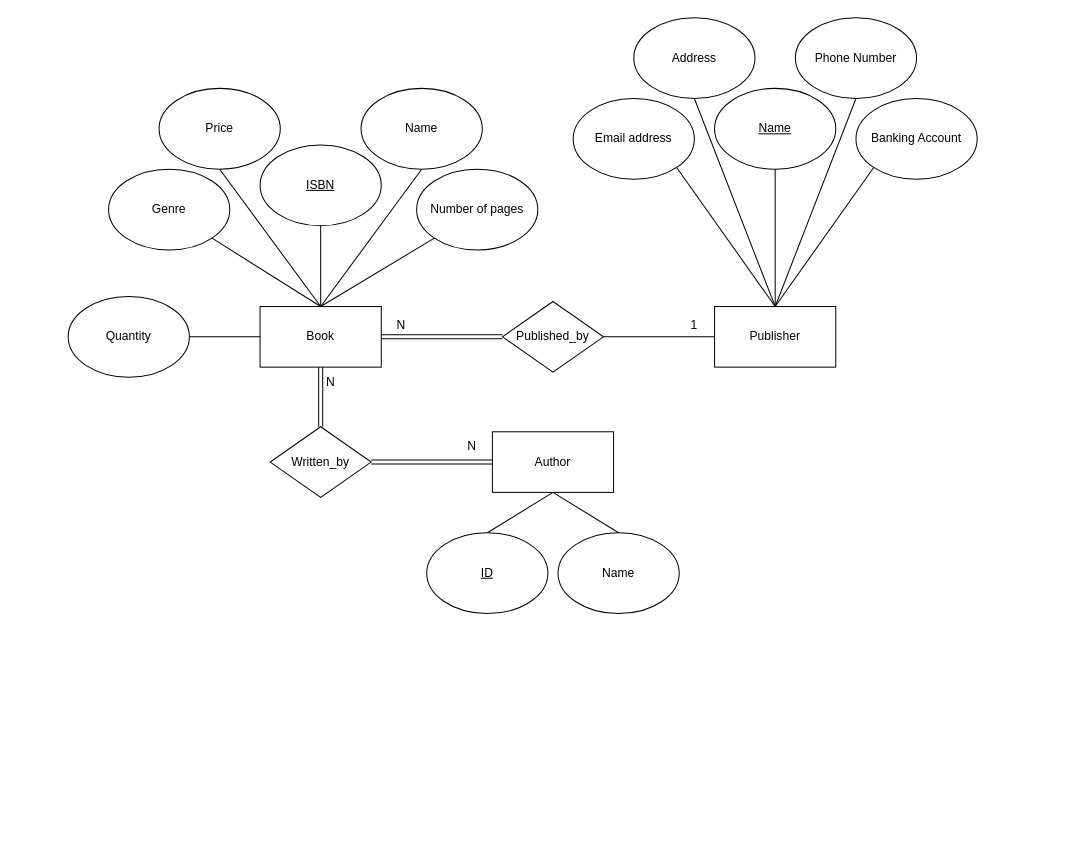
This is BookStoreER.drawio from Dylanhism/BookStore, a draw.io file, before an edit. Source tidied: cells renumbered, new cells numbered last; positions are measured from the earlier drawing's top-left corner, leaving out a move shared by most shapes. Both pictures are drawn from the tidied source at 101%, with x=0, y=0 at pixel (68, 17).
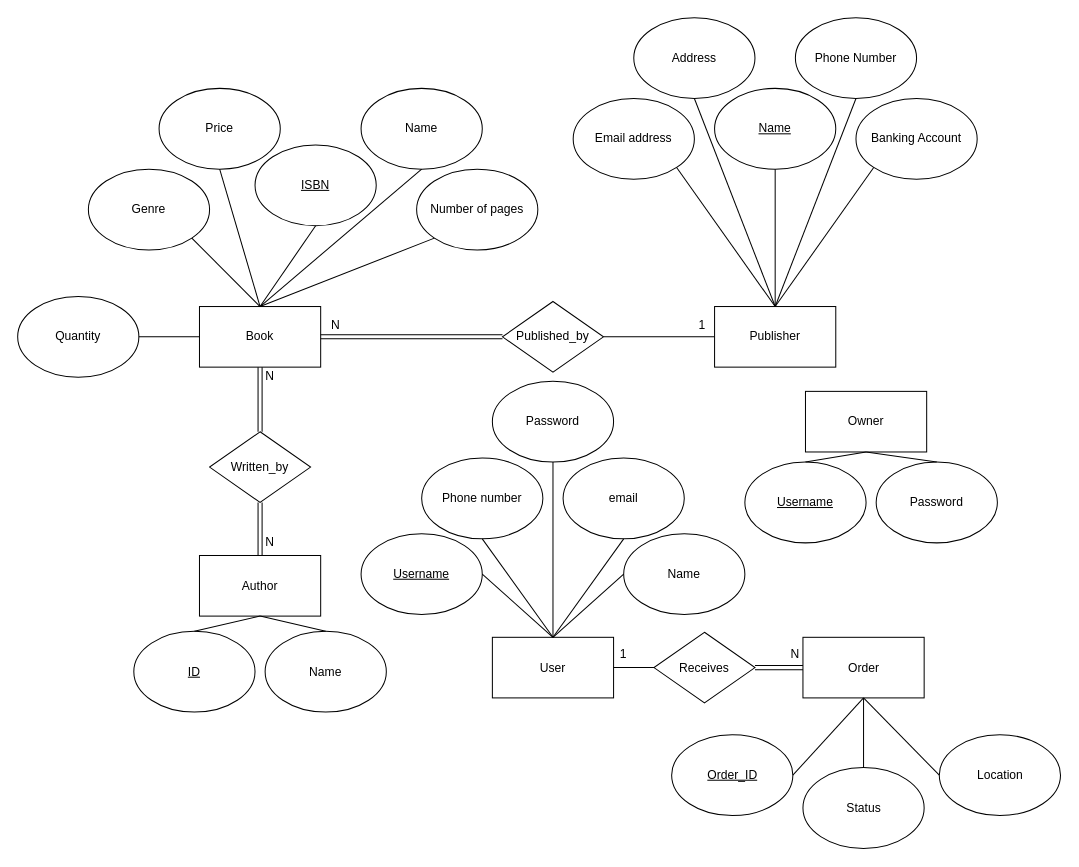
Above is the later version.

Commit message:
Add user, order, and owner entities to BookStoreER.drawio

Diff of the diagram source:
```diff
@@
     <mxCell id="2" value="Written_by" style="rhombus;whiteSpace=wrap;html=1;" parent="1" vertex="1">
-      <mxGeometry x="200" y="405" width="100" height="70" as="geometry" />
+      <mxGeometry x="140" y="410" width="100" height="70" as="geometry" />
     </mxCell>
     <mxCell id="3" value="Book" style="rounded=0;whiteSpace=wrap;html=1;" parent="1" vertex="1">
-      <mxGeometry x="190" y="286" width="120" height="60" as="geometry" />
+      <mxGeometry x="130" y="286" width="120" height="60" as="geometry" />
     </mxCell>
     <mxCell id="4" value="&lt;u&gt;ISBN&lt;/u&gt;" style="ellipse;whiteSpace=wrap;html=1;" parent="1" vertex="1">
-      <mxGeometry x="190" y="126" width="120" height="80" as="geometry" />
+      <mxGeometry x="185" y="126" width="120" height="80" as="geometry" />
     </mxCell>
@@
-    <mxCell id="7" style="endArrow=none;html=1;rounded=0;entryX=1;entryY=0.5;entryDx=0;entryDy=0;exitX=0;exitY=0.5;exitDx=0;exitDy=0;shape=link;" parent="1" edge="1" source="8" target="2">
+    <mxCell id="7" style="endArrow=none;html=1;rounded=0;exitX=0.5;exitY=0;exitDx=0;exitDy=0;shape=link;entryX=0.5;entryY=1;entryDx=0;entryDy=0;" parent="1" edge="1" source="8" target="2">
       <mxGeometry relative="1" as="geometry" />
     </mxCell>
     <mxCell id="8" value="Author" style="rounded=0;whiteSpace=wrap;html=1;" parent="1" vertex="1">
-      <mxGeometry x="420" y="410" width="120" height="60" as="geometry" />
+      <mxGeometry x="130" y="532.5" width="120" height="60" as="geometry" />
     </mxCell>
@@
     <mxCell id="13" value="Genre" style="ellipse;whiteSpace=wrap;html=1;" parent="1" vertex="1">
-      <mxGeometry x="40" y="150" width="120" height="80" as="geometry" />
+      <mxGeometry x="20" y="150" width="120" height="80" as="geometry" />
     </mxCell>
@@
     <mxCell id="31" value="N" style="text;html=1;strokeColor=none;fillColor=none;align=center;verticalAlign=middle;whiteSpace=wrap;rounded=0;" parent="1" vertex="1">
-      <mxGeometry x="300" y="290" width="60" height="30" as="geometry" />
+      <mxGeometry x="235" y="290" width="60" height="30" as="geometry" />
     </mxCell>
     <mxCell id="32" value="1" style="text;html=1;strokeColor=none;fillColor=none;align=center;verticalAlign=middle;whiteSpace=wrap;rounded=0;" parent="1" vertex="1">
-      <mxGeometry x="590" y="290" width="60" height="30" as="geometry" />
+      <mxGeometry x="597.5" y="290" width="60" height="30" as="geometry" />
     </mxCell>
     <mxCell id="33" value="N" style="text;html=1;strokeColor=none;fillColor=none;align=center;verticalAlign=middle;whiteSpace=wrap;rounded=0;" parent="1" vertex="1">
-      <mxGeometry x="230" y="346" width="60" height="30" as="geometry" />
+      <mxGeometry x="170" y="340" width="60" height="30" as="geometry" />
     </mxCell>
     <mxCell id="34" value="N" style="text;html=1;strokeColor=none;fillColor=none;align=center;verticalAlign=middle;whiteSpace=wrap;rounded=0;" parent="1" vertex="1">
-      <mxGeometry x="370" y="410" width="60" height="30" as="geometry" />
+      <mxGeometry x="170" y="505" width="60" height="30" as="geometry" />
     </mxCell>
     <mxCell id="35" value="&lt;u&gt;ID&lt;/u&gt;" style="ellipse;whiteSpace=wrap;html=1;" parent="1" vertex="1">
-      <mxGeometry x="355" y="510" width="120" height="80" as="geometry" />
+      <mxGeometry x="65" y="607.5" width="120" height="80" as="geometry" />
     </mxCell>
@@
     <mxCell id="37" value="Name" style="ellipse;whiteSpace=wrap;html=1;" parent="1" vertex="1">
-      <mxGeometry x="485" y="510" width="120" height="80" as="geometry" />
+      <mxGeometry x="195" y="607.5" width="120" height="80" as="geometry" />
     </mxCell>
@@
     <mxCell id="39" value="Quantity" style="ellipse;whiteSpace=wrap;html=1;" parent="1" vertex="1">
-      <mxGeometry y="276" width="120" height="80" as="geometry" />
+      <mxGeometry x="-50" y="276" width="120" height="80" as="geometry" />
     </mxCell>
@@
+    <mxCell id="41" value="Owner" style="rounded=0;whiteSpace=wrap;html=1;" parent="1" vertex="1">
+      <mxGeometry x="730" y="370" width="120" height="60" as="geometry" />
+    </mxCell>
+    <mxCell id="42" value="&lt;u&gt;Username&lt;/u&gt;" style="ellipse;whiteSpace=wrap;html=1;" parent="1" vertex="1">
+      <mxGeometry x="670" y="440" width="120" height="80" as="geometry" />
+    </mxCell>
+    <mxCell id="43" style="endArrow=none;html=1;rounded=0;entryX=0.5;entryY=0;entryDx=0;entryDy=0;exitX=0.5;exitY=1;exitDx=0;exitDy=0;" parent="1" edge="1" source="41" target="42">
+      <mxGeometry relative="1" as="geometry" />
+    </mxCell>
+    <mxCell id="44" value="Password" style="ellipse;whiteSpace=wrap;html=1;" parent="1" vertex="1">
+      <mxGeometry x="800" y="440" width="120" height="80" as="geometry" />
+    </mxCell>
+    <mxCell id="45" style="endArrow=none;html=1;rounded=0;entryX=0.5;entryY=0;entryDx=0;entryDy=0;exitX=0.5;exitY=1;exitDx=0;exitDy=0;" parent="1" edge="1" target="44">
+      <mxGeometry relative="1" as="geometry">
+        <mxPoint x="790" y="430" as="sourcePoint" />
+      </mxGeometry>
+    </mxCell>
+    <mxCell id="46" value="User" style="rounded=0;whiteSpace=wrap;html=1;rotation=0;" parent="1" vertex="1">
+      <mxGeometry x="420" y="613.5" width="120" height="60" as="geometry" />
+    </mxCell>
+    <mxCell id="47" value="Name" style="ellipse;whiteSpace=wrap;html=1;rotation=0;" parent="1" vertex="1">
+      <mxGeometry x="550" y="511" width="120" height="80" as="geometry" />
+    </mxCell>
+    <mxCell id="48" style="endArrow=none;html=1;rounded=0;entryX=0;entryY=0.5;entryDx=0;entryDy=0;exitX=0.5;exitY=0;exitDx=0;exitDy=0;" parent="1" edge="1" source="46" target="47">
+      <mxGeometry relative="1" as="geometry" />
+    </mxCell>
+    <mxCell id="49" value="&lt;u&gt;Username&lt;/u&gt;" style="ellipse;whiteSpace=wrap;html=1;rotation=0;" parent="1" vertex="1">
+      <mxGeometry x="290" y="511" width="120" height="80" as="geometry" />
+    </mxCell>
+    <mxCell id="50" style="endArrow=none;html=1;rounded=0;entryX=1;entryY=0.5;entryDx=0;entryDy=0;exitX=0.5;exitY=0;exitDx=0;exitDy=0;" parent="1" edge="1" source="46" target="49">
+      <mxGeometry relative="1" as="geometry" />
+    </mxCell>
+    <mxCell id="51" value="Phone number" style="ellipse;whiteSpace=wrap;html=1;rotation=0;" parent="1" vertex="1">
+      <mxGeometry x="350" y="436" width="120" height="80" as="geometry" />
+    </mxCell>
+    <mxCell id="52" style="endArrow=none;html=1;rounded=0;entryX=0.5;entryY=1;entryDx=0;entryDy=0;exitX=0.5;exitY=0;exitDx=0;exitDy=0;" parent="1" edge="1" source="46" target="51">
+      <mxGeometry relative="1" as="geometry" />
+    </mxCell>
+    <mxCell id="53" value="email" style="ellipse;whiteSpace=wrap;html=1;rotation=0;" parent="1" vertex="1">
+      <mxGeometry x="490" y="436" width="120" height="80" as="geometry" />
+    </mxCell>
+    <mxCell id="54" style="endArrow=none;html=1;rounded=0;entryX=0.5;entryY=1;entryDx=0;entryDy=0;exitX=0.5;exitY=0;exitDx=0;exitDy=0;" parent="1" edge="1" source="46" target="53">
+      <mxGeometry relative="1" as="geometry" />
+    </mxCell>
+    <mxCell id="55" value="Password" style="ellipse;whiteSpace=wrap;html=1;rotation=0;" parent="1" vertex="1">
+      <mxGeometry x="420" y="360" width="120" height="80" as="geometry" />
+    </mxCell>
+    <mxCell id="56" style="endArrow=none;html=1;rounded=0;exitX=0.5;exitY=0;exitDx=0;exitDy=0;entryX=0.5;entryY=1;entryDx=0;entryDy=0;" parent="1" edge="1" source="46" target="55">
+      <mxGeometry relative="1" as="geometry" />
+    </mxCell>
+    <mxCell id="57" value="Order" style="rounded=0;whiteSpace=wrap;html=1;rotation=0;" parent="1" vertex="1">
+      <mxGeometry x="727.5" y="613.5" width="120" height="60" as="geometry" />
+    </mxCell>
+    <mxCell id="58" value="&lt;u&gt;Order_ID&lt;/u&gt;" style="ellipse;whiteSpace=wrap;html=1;rotation=0;" parent="1" vertex="1">
+      <mxGeometry x="597.5" y="710" width="120" height="80" as="geometry" />
+    </mxCell>
+    <mxCell id="59" style="endArrow=none;html=1;rounded=0;entryX=1;entryY=0.5;entryDx=0;entryDy=0;exitX=0.5;exitY=1;exitDx=0;exitDy=0;" parent="1" edge="1" source="57" target="58">
+      <mxGeometry relative="1" as="geometry" />
+    </mxCell>
+    <mxCell id="60" value="Status" style="ellipse;whiteSpace=wrap;html=1;rotation=0;" parent="1" vertex="1">
+      <mxGeometry x="727.5" y="742.5" width="120" height="80" as="geometry" />
+    </mxCell>
+    <mxCell id="61" style="endArrow=none;html=1;rounded=0;entryX=0.5;entryY=0;entryDx=0;entryDy=0;exitX=0.5;exitY=1;exitDx=0;exitDy=0;" parent="1" edge="1" source="57" target="60">
+      <mxGeometry relative="1" as="geometry" />
+    </mxCell>
+    <mxCell id="62" value="Location" style="ellipse;whiteSpace=wrap;html=1;rotation=0;" parent="1" vertex="1">
+      <mxGeometry x="862.5" y="710" width="120" height="80" as="geometry" />
+    </mxCell>
+    <mxCell id="63" style="endArrow=none;html=1;rounded=0;entryX=0;entryY=0.5;entryDx=0;entryDy=0;exitX=0.5;exitY=1;exitDx=0;exitDy=0;" parent="1" edge="1" source="57" target="62">
+      <mxGeometry relative="1" as="geometry" />
+    </mxCell>
+    <mxCell id="64" value="Receives" style="rhombus;whiteSpace=wrap;html=1;" parent="1" vertex="1">
+      <mxGeometry x="580" y="608.5" width="100" height="70" as="geometry" />
+    </mxCell>
+    <mxCell id="65" style="endArrow=none;html=1;rounded=0;exitX=0;exitY=0.5;exitDx=0;exitDy=0;entryX=1;entryY=0.5;entryDx=0;entryDy=0;strokeColor=default;" parent="1" edge="1" source="64" target="46">
+      <mxGeometry relative="1" as="geometry" />
+    </mxCell>
+    <mxCell id="66" style="endArrow=none;html=1;rounded=0;exitX=0;exitY=0.5;exitDx=0;exitDy=0;entryX=1;entryY=0.5;entryDx=0;entryDy=0;strokeColor=default;shape=link;" parent="1" edge="1" source="57" target="64">
+      <mxGeometry relative="1" as="geometry" />
+    </mxCell>
+    <mxCell id="67" value="N" style="text;html=1;strokeColor=none;fillColor=none;align=center;verticalAlign=middle;whiteSpace=wrap;rounded=0;" parent="1" vertex="1">
+      <mxGeometry x="690" y="615" width="60" height="30" as="geometry" />
+    </mxCell>
+    <mxCell id="68" value="1" style="text;html=1;strokeColor=none;fillColor=none;align=center;verticalAlign=middle;whiteSpace=wrap;rounded=0;" parent="1" vertex="1">
+      <mxGeometry x="520" y="615" width="60" height="30" as="geometry" />
+    </mxCell>
```
